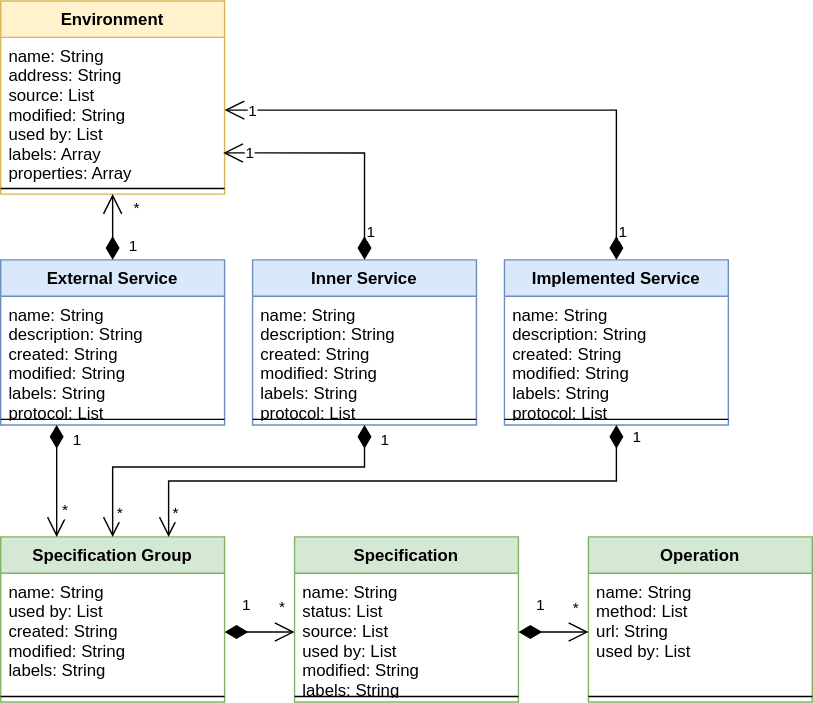
Before: help/docs/02__Services/img/class_diagram.svg, a diagram exported from draw.io (Netcracker/qubership-integration-platform). Source tidied: cells renumbered, new cells last; positions are measured from the earlier drawing's top-left corner, leaving out a move shared by most shapes. Source of this version:
```xml
<mxGraphModel>
  <root>
    <mxCell id="0" />
    <mxCell id="1" parent="0" />
    <mxCell id="2" value="External Service" style="swimlane;fontStyle=1;align=center;verticalAlign=top;horizontal=1;startSize=26;fillColor=#dae8fc;strokeColor=#6c8ebf;" parent="1" vertex="1">
      <mxGeometry y="185" width="160" height="118" as="geometry" />
    </mxCell>
    <mxCell id="3" value="name: String&#10;description: String&#10;created: String&#10;modified: String&#10;labels: String&#10;protocol: List" style="text;strokeColor=none;fillColor=none;align=left;verticalAlign=top;spacingLeft=4;spacingRight=4;overflow=hidden;" parent="2" vertex="1">
      <mxGeometry y="26" width="160" height="84" as="geometry" />
    </mxCell>
    <mxCell id="4" style="line;strokeWidth=1;fillColor=none;align=left;verticalAlign=middle;spacingTop=-1;spacingLeft=3;spacingRight=3;labelPosition=right;" parent="2" vertex="1">
      <mxGeometry y="110" width="160" height="8" as="geometry" />
    </mxCell>
    <mxCell id="5" value="Inner Service" style="swimlane;fontStyle=1;align=center;verticalAlign=top;horizontal=1;startSize=26;fillColor=#dae8fc;strokeColor=#6c8ebf;" parent="1" vertex="1">
      <mxGeometry x="180" y="185" width="160" height="118" as="geometry" />
    </mxCell>
    <mxCell id="6" value="name: String&#10;description: String&#10;created: String&#10;modified: String&#10;labels: String&#10;protocol: List" style="text;strokeColor=none;fillColor=none;align=left;verticalAlign=top;spacingLeft=4;spacingRight=4;overflow=hidden;" parent="5" vertex="1">
      <mxGeometry y="26" width="160" height="84" as="geometry" />
    </mxCell>
    <mxCell id="7" style="line;strokeWidth=1;fillColor=none;align=left;verticalAlign=middle;spacingTop=-1;spacingLeft=3;spacingRight=3;labelPosition=right;" parent="5" vertex="1">
      <mxGeometry y="110" width="160" height="8" as="geometry" />
    </mxCell>
    <mxCell id="8" value="Implemented Service" style="swimlane;fontStyle=1;align=center;verticalAlign=top;horizontal=1;startSize=26;fillColor=#dae8fc;strokeColor=#6c8ebf;" parent="1" vertex="1">
      <mxGeometry x="360" y="185" width="160" height="118" as="geometry" />
    </mxCell>
    <mxCell id="9" value="name: String&#10;description: String&#10;created: String&#10;modified: String&#10;labels: String&#10;protocol: List" style="text;strokeColor=none;fillColor=none;align=left;verticalAlign=top;spacingLeft=4;spacingRight=4;overflow=hidden;" parent="8" vertex="1">
      <mxGeometry y="26" width="160" height="84" as="geometry" />
    </mxCell>
    <mxCell id="10" style="line;strokeWidth=1;fillColor=none;align=left;verticalAlign=middle;spacingTop=-1;spacingLeft=3;spacingRight=3;labelPosition=right;" parent="8" vertex="1">
      <mxGeometry y="110" width="160" height="8" as="geometry" />
    </mxCell>
    <mxCell id="11" value="Specification Group" style="swimlane;fontStyle=1;align=center;verticalAlign=top;horizontal=1;startSize=26;fillColor=#d5e8d4;strokeColor=#82b366;" parent="1" vertex="1">
      <mxGeometry y="383" width="160" height="118" as="geometry" />
    </mxCell>
    <mxCell id="12" value="name: String&#10;used by: List&#10;created: String&#10;modified: String&#10;labels: String" style="text;strokeColor=none;fillColor=none;align=left;verticalAlign=top;spacingLeft=4;spacingRight=4;overflow=hidden;points=[[0,0.5],[1,0.5]];portConstraint=eastwest;" parent="11" vertex="1">
      <mxGeometry y="26" width="160" height="84" as="geometry" />
    </mxCell>
    <mxCell id="13" style="line;strokeWidth=1;fillColor=none;align=left;verticalAlign=middle;spacingTop=-1;spacingLeft=3;spacingRight=3;labelPosition=right;" parent="11" vertex="1">
      <mxGeometry y="110" width="160" height="8" as="geometry" />
    </mxCell>
    <mxCell id="14" value="Specification" style="swimlane;fontStyle=1;align=center;verticalAlign=top;horizontal=1;startSize=26;fillColor=#d5e8d4;strokeColor=#82b366;" parent="1" vertex="1">
      <mxGeometry x="210" y="383" width="160" height="118" as="geometry" />
    </mxCell>
    <mxCell id="15" value="name: String&#10;status: List&#10;source: List&#10;used by: List&#10;modified: String&#10;labels: String" style="text;strokeColor=none;fillColor=none;align=left;verticalAlign=top;spacingLeft=4;spacingRight=4;overflow=hidden;points=[[0,0.5],[1,0.5]];portConstraint=eastwest;" parent="14" vertex="1">
      <mxGeometry y="26" width="160" height="84" as="geometry" />
    </mxCell>
    <mxCell id="16" style="line;strokeWidth=1;fillColor=none;align=left;verticalAlign=middle;spacingTop=-1;spacingLeft=3;spacingRight=3;labelPosition=right;" parent="14" vertex="1">
      <mxGeometry y="110" width="160" height="8" as="geometry" />
    </mxCell>
    <mxCell id="17" value="Operation" style="swimlane;fontStyle=1;align=center;verticalAlign=top;horizontal=1;startSize=26;fillColor=#d5e8d4;strokeColor=#82b366;" parent="1" vertex="1">
      <mxGeometry x="420" y="383" width="160" height="118" as="geometry" />
    </mxCell>
    <mxCell id="18" value="name: String&#10;method: List&#10;url: String&#10;used by: List" style="text;strokeColor=none;fillColor=none;align=left;verticalAlign=top;spacingLeft=4;spacingRight=4;overflow=hidden;points=[[0,0.5],[1,0.5]];portConstraint=eastwest;" parent="17" vertex="1">
      <mxGeometry y="26" width="160" height="84" as="geometry" />
    </mxCell>
    <mxCell id="19" style="line;strokeWidth=1;fillColor=none;align=left;verticalAlign=middle;spacingTop=-1;spacingLeft=3;spacingRight=3;labelPosition=right;" parent="17" vertex="1">
      <mxGeometry y="110" width="160" height="8" as="geometry" />
    </mxCell>
    <mxCell id="20" value="Environment" style="swimlane;fontStyle=1;align=center;verticalAlign=top;horizontal=1;startSize=26;fillColor=#fff2cc;strokeColor=#d6b656;" parent="1" vertex="1">
      <mxGeometry width="160" height="138" as="geometry" />
    </mxCell>
    <mxCell id="21" value="name: String&#10;address: String&#10;source: List&#10;modified: String&#10;used by: List&#10;labels: Array&#10;properties: Array" style="text;strokeColor=none;fillColor=none;align=left;verticalAlign=top;spacingLeft=4;spacingRight=4;overflow=hidden;points=[[0,0.5],[1,0.5]];portConstraint=eastwest;" parent="20" vertex="1">
      <mxGeometry y="26" width="160" height="104" as="geometry" />
    </mxCell>
    <mxCell id="22" style="line;strokeWidth=1;fillColor=none;align=left;verticalAlign=middle;spacingTop=-1;spacingLeft=3;spacingRight=3;labelPosition=right;" parent="20" vertex="1">
      <mxGeometry y="130" width="160" height="8" as="geometry" />
    </mxCell>
    <mxCell id="23" value="1" style="endArrow=open;html=1;endSize=12;startArrow=diamondThin;startSize=14;startFill=1;edgeStyle=orthogonalEdgeStyle;align=left;verticalAlign=bottom;rounded=0;exitX=0.25;exitY=1;exitDx=0;exitDy=0;entryX=0.25;entryY=0;entryDx=0;entryDy=0;" parent="1" edge="1" source="2" target="11">
      <mxGeometry x="-0.5" y="10" relative="1" as="geometry" />
    </mxCell>
    <mxCell id="24" value="*" style="edgeLabel;html=1;align=center;verticalAlign=middle;" parent="23" vertex="1">
      <mxGeometry x="0.69" y="1" relative="1" as="geometry">
        <mxPoint x="4" y="-8" as="offset" />
      </mxGeometry>
    </mxCell>
    <mxCell id="25" value="1" style="endArrow=open;html=1;endSize=12;startArrow=diamondThin;startSize=14;startFill=1;edgeStyle=orthogonalEdgeStyle;align=left;verticalAlign=bottom;rounded=0;exitX=1;exitY=0.5;exitDx=0;exitDy=0;" parent="1" edge="1" source="15" target="18">
      <mxGeometry x="-0.57" y="10" relative="1" as="geometry" />
    </mxCell>
    <mxCell id="26" value="*" style="edgeLabel;html=1;align=center;verticalAlign=middle;" parent="25" vertex="1">
      <mxGeometry x="0.72" y="1" relative="1" as="geometry">
        <mxPoint x="-3" y="-17" as="offset" />
      </mxGeometry>
    </mxCell>
    <mxCell id="27" value="1" style="endArrow=open;html=1;endSize=12;startArrow=diamondThin;startSize=14;startFill=1;edgeStyle=orthogonalEdgeStyle;align=left;verticalAlign=bottom;rounded=0;exitX=1;exitY=0.5;exitDx=0;exitDy=0;entryX=0;entryY=0.5;entryDx=0;entryDy=0;" parent="1" edge="1" source="12" target="15">
      <mxGeometry x="-0.57" y="10" relative="1" as="geometry" />
    </mxCell>
    <mxCell id="28" value="*" style="edgeLabel;html=1;align=center;verticalAlign=middle;" parent="27" vertex="1">
      <mxGeometry x="0.61" y="1" relative="1" as="geometry">
        <mxPoint y="-18" as="offset" />
      </mxGeometry>
    </mxCell>
    <mxCell id="29" value="1" style="endArrow=open;html=1;endSize=12;startArrow=diamondThin;startSize=14;startFill=1;edgeStyle=orthogonalEdgeStyle;align=left;verticalAlign=bottom;rounded=0;exitX=0.5;exitY=1;exitDx=0;exitDy=0;entryX=0.5;entryY=0;entryDx=0;entryDy=0;" parent="1" edge="1" source="5" target="11">
      <mxGeometry x="-0.85" y="10" relative="1" as="geometry">
        <Array as="points">
          <mxPoint x="260" y="333" />
          <mxPoint x="80" y="333" />
        </Array>
      </mxGeometry>
    </mxCell>
    <mxCell id="30" value="*" style="edgeLabel;html=1;align=center;verticalAlign=middle;" parent="29" vertex="1">
      <mxGeometry x="0.86" y="-1" relative="1" as="geometry">
        <mxPoint x="5" as="offset" />
      </mxGeometry>
    </mxCell>
    <mxCell id="31" value="1" style="endArrow=open;html=1;endSize=12;startArrow=diamondThin;startSize=14;startFill=1;edgeStyle=orthogonalEdgeStyle;align=left;verticalAlign=bottom;rounded=0;exitX=0.5;exitY=1;exitDx=0;exitDy=0;entryX=0.75;entryY=0;entryDx=0;entryDy=0;" parent="1" edge="1" source="8" target="11">
      <mxGeometry x="-0.91" y="10" relative="1" as="geometry">
        <Array as="points">
          <mxPoint x="440" y="343" />
          <mxPoint x="120" y="343" />
        </Array>
      </mxGeometry>
    </mxCell>
    <mxCell id="32" value="*" style="edgeLabel;html=1;align=center;verticalAlign=middle;" parent="31" vertex="1">
      <mxGeometry x="0.89" y="-1" relative="1" as="geometry">
        <mxPoint x="5" y="3" as="offset" />
      </mxGeometry>
    </mxCell>
    <mxCell id="33" value="1" style="endArrow=open;html=1;endSize=12;startArrow=diamondThin;startSize=14;startFill=1;edgeStyle=orthogonalEdgeStyle;align=left;verticalAlign=bottom;rounded=0;exitX=0.5;exitY=0;exitDx=0;exitDy=0;" parent="1" edge="1" source="8" target="21">
      <mxGeometry x="-0.94" relative="1" as="geometry" />
    </mxCell>
    <mxCell id="34" value="1" style="edgeLabel;html=1;align=center;verticalAlign=middle;" parent="33" vertex="1">
      <mxGeometry x="0.88" y="2" relative="1" as="geometry">
        <mxPoint x="-5" y="-2" as="offset" />
      </mxGeometry>
    </mxCell>
    <mxCell id="35" value="1" style="endArrow=open;html=1;endSize=12;startArrow=diamondThin;startSize=14;startFill=1;edgeStyle=orthogonalEdgeStyle;align=left;verticalAlign=bottom;rounded=0;exitX=0.5;exitY=0;exitDx=0;exitDy=0;entryX=0.994;entryY=0.794;entryDx=0;entryDy=0;entryPerimeter=0;" parent="1" edge="1" source="5" target="21">
      <mxGeometry x="-0.88" relative="1" as="geometry" />
    </mxCell>
    <mxCell id="36" value="1" style="edgeLabel;html=1;align=center;verticalAlign=middle;" parent="35" vertex="1">
      <mxGeometry x="0.8" relative="1" as="geometry">
        <mxPoint x="1" as="offset" />
      </mxGeometry>
    </mxCell>
    <mxCell id="37" value="1" style="endArrow=open;html=1;endSize=12;startArrow=diamondThin;startSize=14;startFill=1;edgeStyle=orthogonalEdgeStyle;align=left;verticalAlign=bottom;rounded=0;exitX=0.5;exitY=0;exitDx=0;exitDy=0;entryX=0.5;entryY=1;entryDx=0;entryDy=0;" parent="1" edge="1" source="2" target="20">
      <mxGeometry x="-0.94" y="-10" relative="1" as="geometry" />
    </mxCell>
    <mxCell id="38" value="*" style="edgeLabel;html=1;align=center;verticalAlign=middle;" parent="37" vertex="1">
      <mxGeometry x="0.69" y="-1" relative="1" as="geometry">
        <mxPoint x="15" y="2" as="offset" />
      </mxGeometry>
    </mxCell>
  </root>
</mxGraphModel>
```
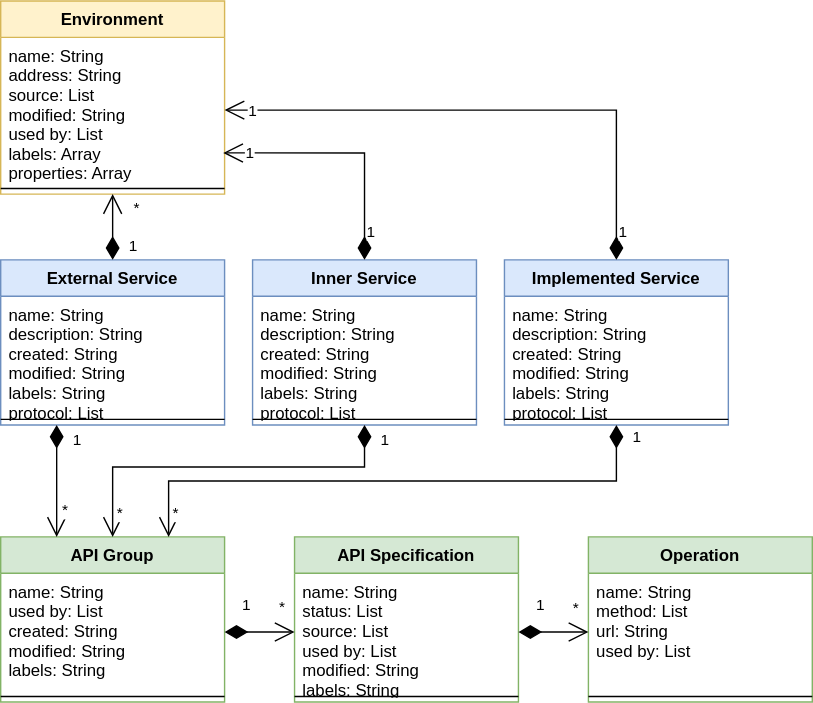
The same diagram one commit later.

Change to the diagram source:
```diff
@@ -29,7 +29,7 @@
     <mxCell id="10" style="line;strokeWidth=1;fillColor=none;align=left;verticalAlign=middle;spacingTop=-1;spacingLeft=3;spacingRight=3;labelPosition=right;" parent="8" vertex="1">
       <mxGeometry y="110" width="160" height="8" as="geometry" />
     </mxCell>
-    <mxCell id="11" value="Specification Group" style="swimlane;fontStyle=1;align=center;verticalAlign=top;horizontal=1;startSize=26;fillColor=#d5e8d4;strokeColor=#82b366;" parent="1" vertex="1">
+    <mxCell id="11" value="API Group" style="swimlane;fontStyle=1;align=center;verticalAlign=top;horizontal=1;startSize=26;fillColor=#d5e8d4;strokeColor=#82b366;" parent="1" vertex="1">
       <mxGeometry y="383" width="160" height="118" as="geometry" />
     </mxCell>
     <mxCell id="12" value="name: String&#10;used by: List&#10;created: String&#10;modified: String&#10;labels: String" style="text;strokeColor=none;fillColor=none;align=left;verticalAlign=top;spacingLeft=4;spacingRight=4;overflow=hidden;points=[[0,0.5],[1,0.5]];portConstraint=eastwest;" parent="11" vertex="1">
@@ -38,7 +38,7 @@
     <mxCell id="13" style="line;strokeWidth=1;fillColor=none;align=left;verticalAlign=middle;spacingTop=-1;spacingLeft=3;spacingRight=3;labelPosition=right;" parent="11" vertex="1">
       <mxGeometry y="110" width="160" height="8" as="geometry" />
     </mxCell>
-    <mxCell id="14" value="Specification" style="swimlane;fontStyle=1;align=center;verticalAlign=top;horizontal=1;startSize=26;fillColor=#d5e8d4;strokeColor=#82b366;" parent="1" vertex="1">
+    <mxCell id="14" value="API Specification" style="swimlane;fontStyle=1;align=center;verticalAlign=top;horizontal=1;startSize=26;fillColor=#d5e8d4;strokeColor=#82b366;" parent="1" vertex="1">
       <mxGeometry x="210" y="383" width="160" height="118" as="geometry" />
     </mxCell>
     <mxCell id="15" value="name: String&#10;status: List&#10;source: List&#10;used by: List&#10;modified: String&#10;labels: String" style="text;strokeColor=none;fillColor=none;align=left;verticalAlign=top;spacingLeft=4;spacingRight=4;overflow=hidden;points=[[0,0.5],[1,0.5]];portConstraint=eastwest;" parent="14" vertex="1">
```
